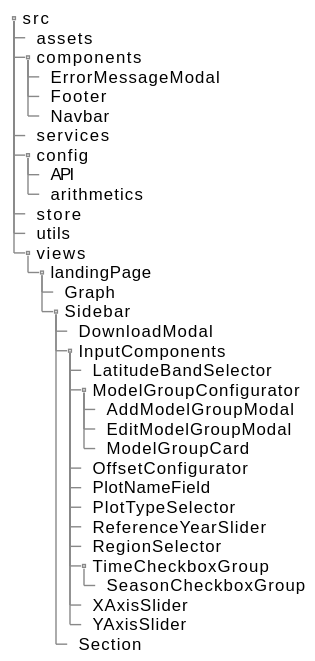
EOSC-synergy/o3webapp keeps this PlantUML diagram as DesignPhase/UML/folder-structure/folder-structure.svg. Above is the earlier version.
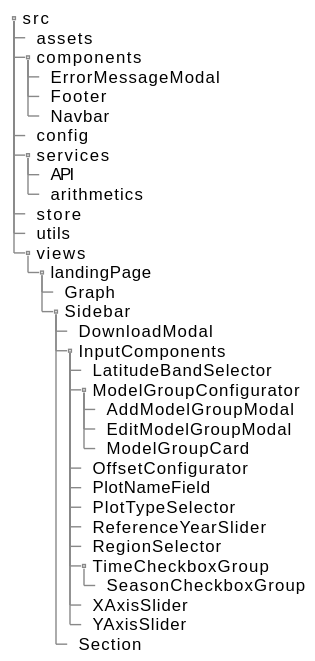
The same file after the commit.

The edit, as a diff of the source:
```diff
@@ -7,8 +7,8 @@
  +++ ErrorMessageModal
  +++ Footer
  +++ Navbar
+ ++ config
  ++ services
- ++ config
  +++ API
  +++ arithmetics
  ++ store
```
